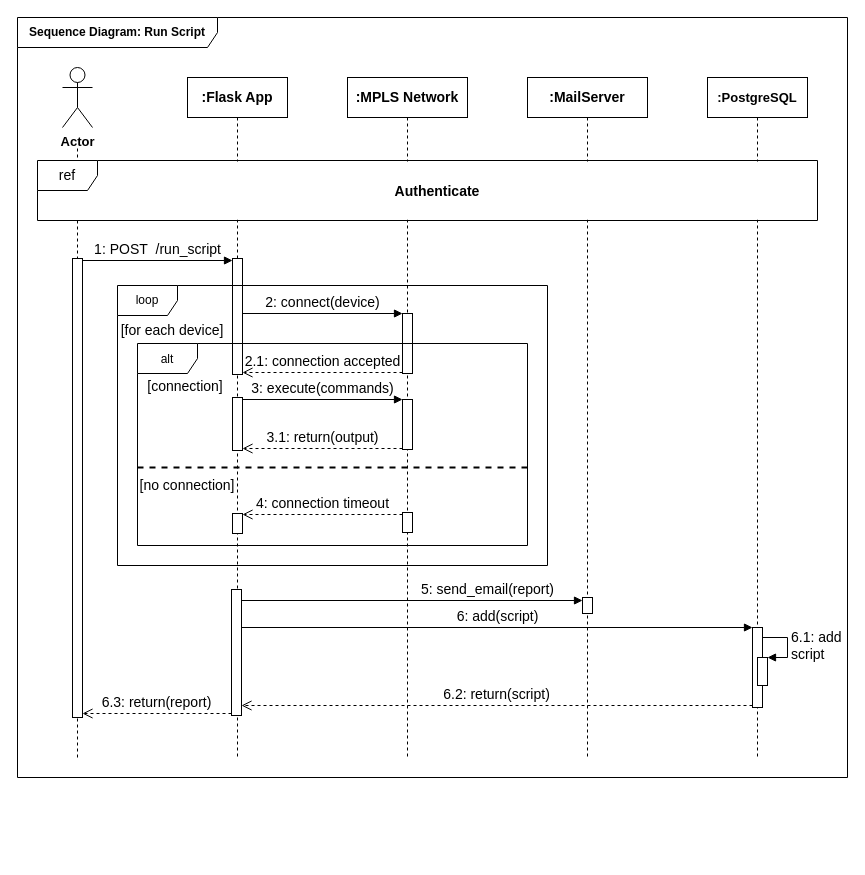
Above: sequence_run_script.drawio in DrXneaky/Diagram (draw.io), before the change. Source tidied: cells renumbered, new cells numbered last; positions are measured from the earlier drawing's top-left corner, leaving out a move shared by most shapes. Both pictures are drawn from the tidied source at 100%, with x=0, y=0 at pixel (17, 17).
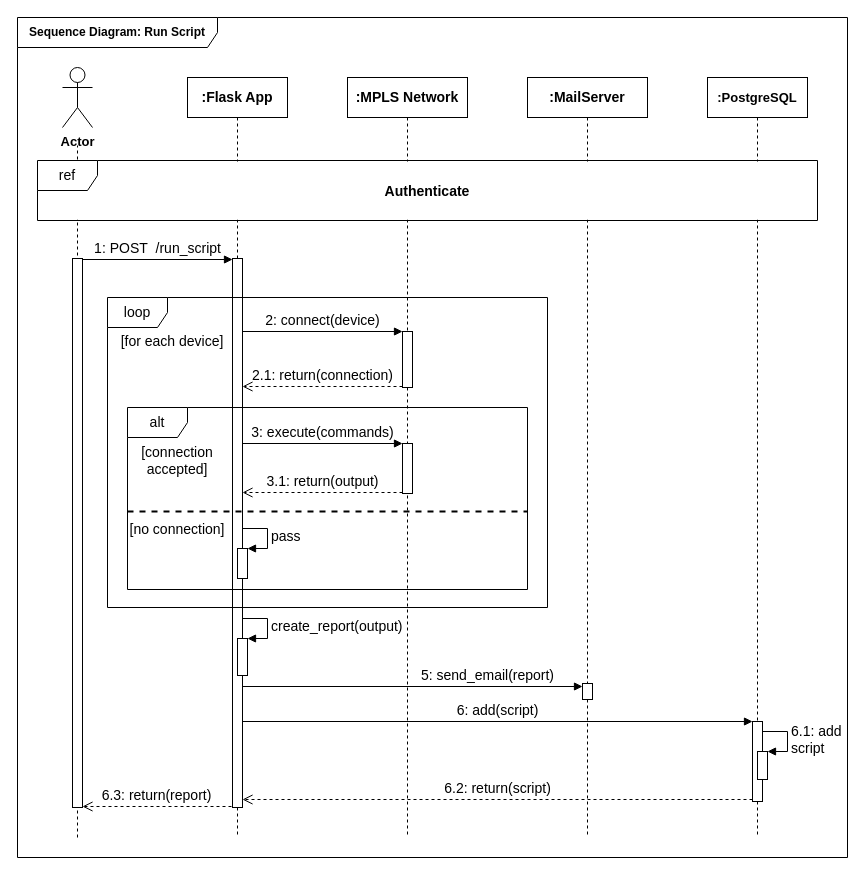
The same diagram, later.

What changed in the source:
```diff
@@
     <mxCell id="2" value="&lt;font face=&quot;Old Standard TT&quot;&gt;&lt;b&gt;Sequence Diagram: Run Script&lt;/b&gt;&lt;/font&gt;" style="shape=umlFrame;whiteSpace=wrap;html=1;width=200;height=30;" parent="1" vertex="1">
-      <mxGeometry width="830" height="760" as="geometry" />
+      <mxGeometry width="830" height="840" as="geometry" />
     </mxCell>
     <mxCell id="3" style="endArrow=none;dashed=1;html=1;" parent="1" edge="1">
       <mxGeometry relative="1" as="geometry">
-        <mxPoint x="60" y="740" as="sourcePoint" />
+        <mxPoint x="60" y="820" as="sourcePoint" />
         <mxPoint x="60" y="128" as="targetPoint" />
       </mxGeometry>
     </mxCell>
     <mxCell id="4" value="&lt;font face=&quot;Old Standard TT&quot; size=&quot;1&quot;&gt;&lt;b style=&quot;font-size: 14px&quot;&gt;:MailServer&lt;/b&gt;&lt;/font&gt;" style="shape=umlLifeline;perimeter=lifelinePerimeter;whiteSpace=wrap;html=1;" parent="1" vertex="1">
-      <mxGeometry x="510" y="60" width="120" height="680" as="geometry" />
+      <mxGeometry x="510" y="60" width="120" height="760" as="geometry" />
     </mxCell>
     <mxCell id="5" style="html=1;perimeter=orthogonalPerimeter;strokeWidth=1;fontFamily=Old Standard TT;fontSize=14;" parent="4" vertex="1">
-      <mxGeometry x="55" y="520" width="10" height="16" as="geometry" />
+      <mxGeometry x="55" y="606" width="10" height="16" as="geometry" />
     </mxCell>
     <mxCell id="6" value="&lt;font face=&quot;Old Standard TT&quot; size=&quot;1&quot;&gt;&lt;b style=&quot;font-size: 13px&quot;&gt;:PostgreSQL&lt;/b&gt;&lt;/font&gt;" style="shape=umlLifeline;perimeter=lifelinePerimeter;whiteSpace=wrap;html=1;" parent="1" vertex="1">
-      <mxGeometry x="690" y="60" width="100" height="680" as="geometry" />
+      <mxGeometry x="690" y="60" width="100" height="760" as="geometry" />
     </mxCell>
     <mxCell id="7" style="html=1;points=[];perimeter=orthogonalPerimeter;strokeWidth=1;fontFamily=Old Standard TT;fontSize=14;" parent="6" vertex="1">
-      <mxGeometry x="45" y="550" width="10" height="80" as="geometry" />
+      <mxGeometry x="45" y="644" width="10" height="80" as="geometry" />
     </mxCell>
     <mxCell id="8" style="html=1;points=[];perimeter=orthogonalPerimeter;strokeWidth=1;fontFamily=Old Standard TT;fontSize=14;" parent="6" vertex="1">
-      <mxGeometry x="50" y="580" width="10" height="28" as="geometry" />
+      <mxGeometry x="50" y="674" width="10" height="28" as="geometry" />
     </mxCell>
     <mxCell id="9" value="6.1: add&lt;br&gt;script" style="edgeStyle=orthogonalEdgeStyle;html=1;align=left;spacingLeft=2;endArrow=block;rounded=0;entryX=1;entryY=0;labelBackgroundColor=none;fontFamily=Old Standard TT;fontSize=14;" parent="6" edge="1" target="8">
       <mxGeometry relative="1" as="geometry">
-        <mxPoint x="55" y="560" as="sourcePoint" />
+        <mxPoint x="55" y="654" as="sourcePoint" />
         <Array as="points">
-          <mxPoint x="80" y="560" />
+          <mxPoint x="80" y="654" />
         </Array>
       </mxGeometry>
     </mxCell>
@@
     <mxCell id="11" value="&lt;font face=&quot;Old Standard TT&quot; size=&quot;1&quot;&gt;&lt;b style=&quot;font-size: 14px&quot;&gt;:Flask App&lt;/b&gt;&lt;/font&gt;" style="shape=umlLifeline;perimeter=lifelinePerimeter;whiteSpace=wrap;html=1;" parent="1" vertex="1">
-      <mxGeometry x="170" y="60" width="100" height="680" as="geometry" />
+      <mxGeometry x="170" y="60" width="100" height="760" as="geometry" />
     </mxCell>
     <mxCell id="12" style="html=1;perimeter=orthogonalPerimeter;" parent="11" vertex="1">
-      <mxGeometry x="45" y="181" width="10" height="116" as="geometry" />
+      <mxGeometry x="45" y="181" width="10" height="549" as="geometry" />
     </mxCell>
-    <mxCell id="13" style="html=1;perimeter=orthogonalPerimeter;fontFamily=Old Standard TT;fontSize=14;" parent="11" vertex="1">
-      <mxGeometry x="45" y="320" width="10" height="53" as="geometry" />
-    </mxCell>
-    <mxCell id="14" style="html=1;points=[];perimeter=orthogonalPerimeter;strokeWidth=1;fontFamily=Old Standard TT;fontSize=14;" parent="11" vertex="1">
-      <mxGeometry x="45" y="436" width="10" height="20" as="geometry" />
-    </mxCell>
-    <mxCell id="15" style="html=1;perimeter=orthogonalPerimeter;strokeWidth=1;fontFamily=Old Standard TT;fontSize=14;" parent="11" vertex="1">
-      <mxGeometry x="44" y="512" width="10" height="126" as="geometry" />
-    </mxCell>
+    <mxCell id="39" style="html=1;points=[];perimeter=orthogonalPerimeter;" parent="11" vertex="1">
+      <mxGeometry x="50" y="561" width="10" height="37" as="geometry" />
+    </mxCell>
+    <mxCell id="40" value="&lt;font style=&quot;font-size: 14px&quot; face=&quot;Old Standard TT&quot;&gt;create_report(output)&lt;/font&gt;" style="edgeStyle=orthogonalEdgeStyle;html=1;align=left;spacingLeft=2;endArrow=block;rounded=0;entryX=1;entryY=0;labelBackgroundColor=none;" parent="11" edge="1" target="39">
+      <mxGeometry relative="1" as="geometry">
+        <mxPoint x="55" y="541" as="sourcePoint" />
+        <Array as="points">
+          <mxPoint x="80" y="541" />
+        </Array>
+      </mxGeometry>
+    </mxCell>
     <mxCell id="16" value="&lt;font face=&quot;Old Standard TT&quot; style=&quot;font-size: 14px&quot;&gt;1: POST&amp;nbsp; /run_script&lt;/font&gt;" style="html=1;verticalAlign=bottom;endArrow=block;labelBackgroundColor=none;" parent="1" edge="1">
       <mxGeometry relative="1" as="geometry">
-        <mxPoint x="65" y="243" as="sourcePoint" />
-        <mxPoint x="215" y="243" as="targetPoint" />
+        <mxPoint x="65" y="242" as="sourcePoint" />
+        <mxPoint x="215" y="242" as="targetPoint" />
       </mxGeometry>
     </mxCell>
     <mxCell id="17" style="html=1;perimeter=orthogonalPerimeter;" parent="1" vertex="1">
-      <mxGeometry x="55" y="241" width="10" height="459" as="geometry" />
+      <mxGeometry x="55" y="241" width="10" height="549" as="geometry" />
     </mxCell>
     <mxCell id="18" value="&lt;font face=&quot;Old Standard TT&quot; size=&quot;1&quot;&gt;&lt;b style=&quot;font-size: 14px&quot;&gt;:MPLS Network&lt;/b&gt;&lt;/font&gt;" style="shape=umlLifeline;perimeter=lifelinePerimeter;whiteSpace=wrap;html=1;" parent="1" vertex="1">
-      <mxGeometry x="330" y="60" width="120" height="680" as="geometry" />
+      <mxGeometry x="330" y="60" width="120" height="760" as="geometry" />
     </mxCell>
     <mxCell id="19" style="html=1;points=[];perimeter=orthogonalPerimeter;fontFamily=Old Standard TT;fontSize=14;" parent="18" vertex="1">
-      <mxGeometry x="55" y="236" width="10" height="60" as="geometry" />
+      <mxGeometry x="55" y="254" width="10" height="56" as="geometry" />
     </mxCell>
     <mxCell id="20" style="html=1;perimeter=orthogonalPerimeter;fontFamily=Old Standard TT;fontSize=14;" parent="18" vertex="1">
-      <mxGeometry x="55" y="322" width="10" height="50" as="geometry" />
+      <mxGeometry x="55" y="366" width="10" height="50" as="geometry" />
     </mxCell>
     <mxCell id="21" value="3.1: return(output)" style="html=1;verticalAlign=bottom;endArrow=open;dashed=1;endSize=8;exitX=0;exitY=0.95;fontFamily=Old Standard TT;fontSize=14;labelBackgroundColor=none;" parent="18" edge="1">
       <mxGeometry relative="1" as="geometry">
-        <mxPoint x="55" y="371" as="sourcePoint" />
-        <mxPoint x="-105" y="371" as="targetPoint" />
+        <mxPoint x="55" y="415" as="sourcePoint" />
+        <mxPoint x="-105" y="415" as="targetPoint" />
       </mxGeometry>
     </mxCell>
-    <mxCell id="22" style="html=1;perimeter=orthogonalPerimeter;strokeWidth=1;fontFamily=Old Standard TT;fontSize=14;" parent="18" vertex="1">
-      <mxGeometry x="55" y="435" width="10" height="20" as="geometry" />
-    </mxCell>
     <mxCell id="23" value="[for each device]" style="text;align=center;fontStyle=0;verticalAlign=middle;spacingLeft=3;spacingRight=3;strokeColor=none;fontFamily=Old Standard TT;fontSize=14;" parent="1" vertex="1">
-      <mxGeometry x="100" y="299" width="110" height="26" as="geometry" />
+      <mxGeometry x="100" y="310" width="110" height="26" as="geometry" />
     </mxCell>
     <mxCell id="24" value="2: connect(device)" style="html=1;verticalAlign=bottom;endArrow=block;entryX=0;entryY=0;fontFamily=Old Standard TT;fontSize=14;labelBackgroundColor=none;" parent="1" edge="1" target="19">
       <mxGeometry relative="1" as="geometry">
-        <mxPoint x="225" y="296" as="sourcePoint" />
+        <mxPoint x="225" y="314" as="sourcePoint" />
       </mxGeometry>
     </mxCell>
-    <mxCell id="25" value="2.1: connection accepted" style="html=1;verticalAlign=bottom;endArrow=open;dashed=1;endSize=8;exitX=0;exitY=0.95;fontFamily=Old Standard TT;fontSize=14;labelBackgroundColor=none;" parent="1" edge="1">
+    <mxCell id="25" value="2.1: return(connection)" style="html=1;verticalAlign=bottom;endArrow=open;dashed=1;endSize=8;exitX=0;exitY=0.95;fontFamily=Old Standard TT;fontSize=14;labelBackgroundColor=none;" parent="1" edge="1">
       <mxGeometry relative="1" as="geometry">
-        <mxPoint x="385" y="355" as="sourcePoint" />
-        <mxPoint x="225" y="355" as="targetPoint" />
+        <mxPoint x="385" y="369" as="sourcePoint" />
+        <mxPoint x="225" y="369" as="targetPoint" />
       </mxGeometry>
     </mxCell>
     <mxCell id="26" value="3: execute(commands)" style="html=1;verticalAlign=bottom;endArrow=block;entryX=0;entryY=0;fontFamily=Old Standard TT;fontSize=14;labelBackgroundColor=none;" parent="1" edge="1">
       <mxGeometry relative="1" as="geometry">
-        <mxPoint x="225" y="382" as="sourcePoint" />
-        <mxPoint x="385" y="382" as="targetPoint" />
+        <mxPoint x="225" y="426" as="sourcePoint" />
+        <mxPoint x="385" y="426" as="targetPoint" />
       </mxGeometry>
     </mxCell>
     <mxCell id="27" style="line;strokeWidth=2;fillColor=none;align=left;verticalAlign=middle;spacingTop=-1;spacingLeft=3;spacingRight=3;labelPosition=right;fontFamily=Old Standard TT;fontSize=14;dashed=1;" parent="1" vertex="1">
-      <mxGeometry x="120" y="446" width="390" height="8" as="geometry" />
+      <mxGeometry x="110" y="490" width="400" height="8" as="geometry" />
     </mxCell>
-    <mxCell id="28" value="[connection]" style="text;align=center;fontStyle=0;verticalAlign=middle;spacingLeft=3;spacingRight=3;strokeColor=none;fontFamily=Old Standard TT;fontSize=14;" parent="1" vertex="1">
-      <mxGeometry x="128" y="355" width="80" height="26" as="geometry" />
+    <mxCell id="28" value="[connection &#10;accepted]" style="text;align=center;fontStyle=0;verticalAlign=middle;spacingLeft=3;spacingRight=3;strokeColor=none;fontFamily=Old Standard TT;fontSize=14;" parent="1" vertex="1">
+      <mxGeometry x="120" y="429" width="80" height="26" as="geometry" />
     </mxCell>
     <mxCell id="29" value="[no connection]" style="text;align=center;fontStyle=0;verticalAlign=middle;spacingLeft=3;spacingRight=3;strokeColor=none;fontFamily=Old Standard TT;fontSize=14;" parent="1" vertex="1">
-      <mxGeometry x="130" y="457" width="80" height="19" as="geometry" />
+      <mxGeometry x="120" y="501" width="80" height="19" as="geometry" />
     </mxCell>
-    <mxCell id="30" value="4: connection timeout" style="html=1;verticalAlign=bottom;endArrow=open;dashed=1;endSize=8;fontFamily=Old Standard TT;fontSize=14;labelBackgroundColor=none;" parent="1" edge="1" target="14">
-      <mxGeometry relative="1" as="geometry">
-        <mxPoint x="385" y="497" as="sourcePoint" />
-      </mxGeometry>
-    </mxCell>
     <mxCell id="31" value="5: send_email(report)" style="html=1;verticalAlign=bottom;endArrow=block;labelBackgroundColor=none;fontFamily=Old Standard TT;fontSize=14;" parent="1" edge="1">
       <mxGeometry x="0.44" relative="1" as="geometry">
-        <mxPoint x="224" y="583" as="sourcePoint" />
-        <mxPoint x="565" y="583" as="targetPoint" />
+        <mxPoint x="225" y="669" as="sourcePoint" />
+        <mxPoint x="565" y="669" as="targetPoint" />
       </mxGeometry>
     </mxCell>
     <mxCell id="32" value="6: add(script)" style="html=1;verticalAlign=bottom;endArrow=block;entryX=0;entryY=0;labelBackgroundColor=none;fontFamily=Old Standard TT;fontSize=14;" parent="1" edge="1" target="7">
       <mxGeometry relative="1" as="geometry">
-        <mxPoint x="224" y="610" as="sourcePoint" />
+        <mxPoint x="225" y="704" as="sourcePoint" />
       </mxGeometry>
     </mxCell>
     <mxCell id="33" value="6.2: return(script)" style="html=1;verticalAlign=bottom;endArrow=open;dashed=1;endSize=8;exitX=0;exitY=0.95;labelBackgroundColor=none;fontFamily=Old Standard TT;fontSize=14;" parent="1" edge="1">
       <mxGeometry relative="1" as="geometry">
-        <mxPoint x="735" y="688" as="sourcePoint" />
-        <mxPoint x="224" y="688" as="targetPoint" />
+        <mxPoint x="735" y="782" as="sourcePoint" />
+        <mxPoint x="225" y="782" as="targetPoint" />
       </mxGeometry>
     </mxCell>
     <mxCell id="34" value="6.3: return(report)" style="html=1;verticalAlign=bottom;endArrow=open;dashed=1;endSize=8;labelBackgroundColor=none;fontFamily=Old Standard TT;fontSize=14;" parent="1" edge="1">
       <mxGeometry relative="1" as="geometry">
-        <mxPoint x="214" y="696" as="sourcePoint" />
-        <mxPoint x="65" y="696" as="targetPoint" />
+        <mxPoint x="214" y="789" as="sourcePoint" />
+        <mxPoint x="65" y="789" as="targetPoint" />
       </mxGeometry>
     </mxCell>
     <mxCell id="35" value="Authenticate" style="text;align=center;fontStyle=1;verticalAlign=middle;spacingLeft=3;spacingRight=3;strokeColor=none;fontFamily=Old Standard TT;fontSize=14;fillColor=#ffffff;" parent="1" vertex="1">
-      <mxGeometry x="50" y="144" width="740" height="58" as="geometry" />
+      <mxGeometry x="21" y="144" width="778" height="58" as="geometry" />
     </mxCell>
+    <mxCell id="41" style="html=1;points=[];perimeter=orthogonalPerimeter;" parent="1" vertex="1">
+      <mxGeometry x="220" y="531" width="10" height="30" as="geometry" />
+    </mxCell>
+    <mxCell id="42" value="&lt;font style=&quot;font-size: 14px&quot; face=&quot;Old Standard TT&quot;&gt;pass&lt;/font&gt;" style="edgeStyle=orthogonalEdgeStyle;html=1;align=left;spacingLeft=2;endArrow=block;rounded=0;entryX=1;entryY=0;labelBackgroundColor=none;" parent="1" edge="1" target="41">
+      <mxGeometry relative="1" as="geometry">
+        <mxPoint x="225" y="511" as="sourcePoint" />
+        <Array as="points">
+          <mxPoint x="250" y="511" />
+        </Array>
+      </mxGeometry>
+    </mxCell>
-    <mxCell id="36" value="ref" style="shape=umlFrame;whiteSpace=wrap;html=1;strokeWidth=1;fontFamily=Old Standard TT;fontSize=14;" parent="1" vertex="1">
+    <mxCell id="36" value="ref" style="shape=umlFrame;whiteSpace=wrap;html=1;strokeWidth=1;fontFamily=Old Standard TT;fontSize=14;labelBackgroundColor=none;" parent="1" vertex="1">
       <mxGeometry x="20" y="143" width="780" height="60" as="geometry" />
     </mxCell>
-    <mxCell id="37" value="&lt;span style=&quot;font-family: &amp;#34;helvetica&amp;#34; ; font-size: 12px&quot;&gt;alt&lt;/span&gt;" style="shape=umlFrame;whiteSpace=wrap;html=1;fontFamily=Old Standard TT;fontSize=14;" parent="1" vertex="1">
-      <mxGeometry x="120" y="326" width="390" height="202" as="geometry" />
+    <mxCell id="37" value="&lt;font style=&quot;font-size: 14px&quot;&gt;alt&lt;/font&gt;" style="shape=umlFrame;whiteSpace=wrap;html=1;fontFamily=Old Standard TT;fontSize=14;" parent="1" vertex="1">
+      <mxGeometry x="110" y="390" width="400" height="182" as="geometry" />
     </mxCell>
-    <mxCell id="38" value="loop" style="shape=umlFrame;whiteSpace=wrap;html=1;" parent="1" vertex="1">
-      <mxGeometry x="100" y="268" width="430" height="280" as="geometry" />
+    <mxCell id="38" value="&lt;font style=&quot;font-size: 14px&quot; face=&quot;Old Standard TT&quot;&gt;loop&lt;/font&gt;" style="shape=umlFrame;whiteSpace=wrap;html=1;" parent="1" vertex="1">
+      <mxGeometry x="90" y="280" width="440" height="310" as="geometry" />
     </mxCell>
```
